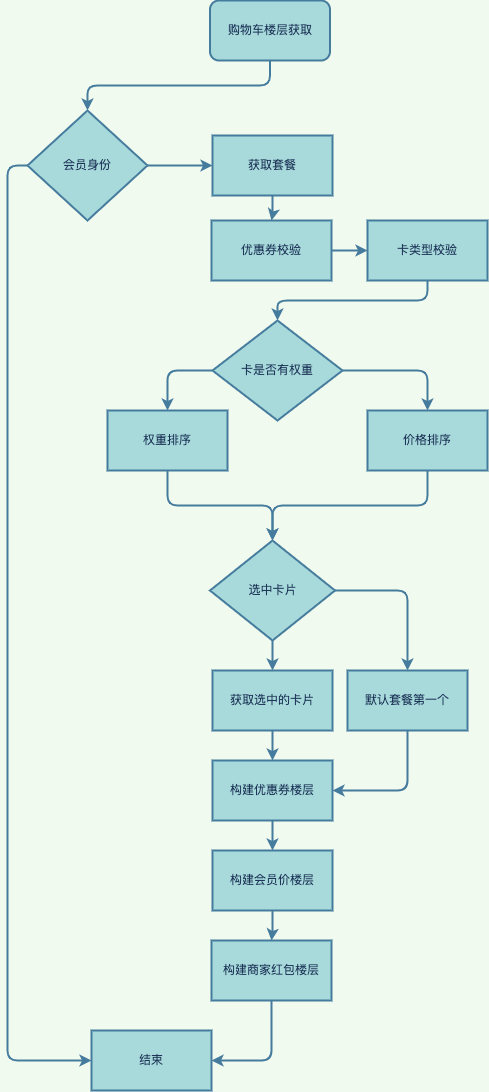
The draw.io diagram 购物车楼层接口改造.png in 845642761/diagram, before a commit. Source tidied: cells renumbered, new cells last; positions are measured from the earlier drawing's top-left corner, leaving out a move shared by most shapes.
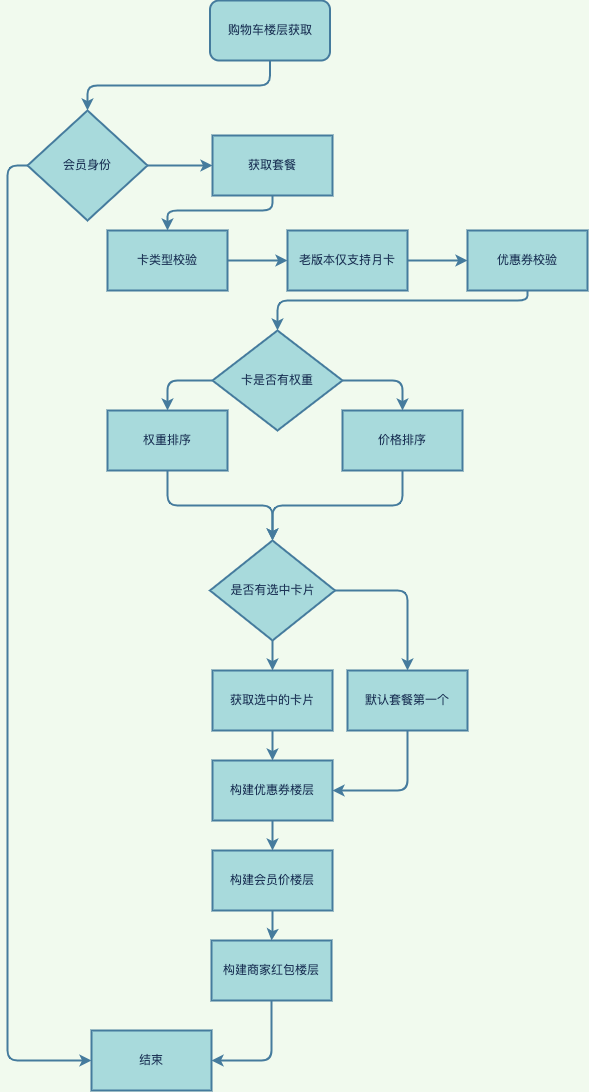
The same diagram one commit later.

Commit message:
更新购物车楼层接口改造.png

The edit, as a diff of the source:
```diff
@@ -18,35 +18,44 @@
       <mxGeometry y="110" width="120" height="110" as="geometry" />
     </mxCell>
     <mxCell id="7" style="edgeStyle=orthogonalEdgeStyle;curved=0;rounded=1;sketch=0;jettySize=auto;html=1;fontColor=#1D3557;strokeColor=#457B9D;fillColor=#A8DADC;strokeWidth=2;" parent="1" edge="1" source="8" target="11">
-      <mxGeometry relative="1" as="geometry" />
+      <mxGeometry relative="1" as="geometry">
+        <Array as="points">
+          <mxPoint x="245" y="210" />
+          <mxPoint x="140" y="210" />
+        </Array>
+      </mxGeometry>
     </mxCell>
     <mxCell id="8" value="获取套餐" style="whiteSpace=wrap;html=1;fillColor=#A8DADC;strokeColor=#457B9D;fontColor=#1D3557;rounded=0;sketch=0;strokeWidth=2;" parent="1" vertex="1">
       <mxGeometry x="185" y="135" width="120" height="60" as="geometry" />
     </mxCell>
-    <mxCell id="9" style="edgeStyle=orthogonalEdgeStyle;curved=0;rounded=1;sketch=0;jettySize=auto;html=1;fontColor=#1D3557;strokeColor=#457B9D;fillColor=#A8DADC;entryX=0.5;entryY=0;entryDx=0;entryDy=0;exitX=0.5;exitY=1;exitDx=0;exitDy=0;strokeWidth=2;" parent="1" edge="1" source="12" target="15">
-      <mxGeometry relative="1" as="geometry" />
+    <mxCell id="9" style="edgeStyle=orthogonalEdgeStyle;curved=0;rounded=1;sketch=0;jettySize=auto;html=1;fontColor=#1D3557;strokeColor=#457B9D;fillColor=#A8DADC;entryX=0.5;entryY=0;entryDx=0;entryDy=0;exitX=0.5;exitY=1;exitDx=0;exitDy=0;strokeWidth=2;" parent="1" edge="1" source="35" target="15">
+      <mxGeometry relative="1" as="geometry">
+        <Array as="points">
+          <mxPoint x="500" y="300" />
+          <mxPoint x="250" y="300" />
+        </Array>
+      </mxGeometry>
     </mxCell>
     <mxCell id="10" style="edgeStyle=orthogonalEdgeStyle;curved=0;rounded=1;sketch=0;jettySize=auto;html=1;entryX=0;entryY=0.5;entryDx=0;entryDy=0;fontColor=#1D3557;strokeColor=#457B9D;fillColor=#A8DADC;strokeWidth=2;" parent="1" edge="1" source="11" target="12">
       <mxGeometry relative="1" as="geometry" />
     </mxCell>
-    <mxCell id="11" value="优惠券校验" style="whiteSpace=wrap;html=1;fillColor=#A8DADC;strokeColor=#457B9D;fontColor=#1D3557;rounded=0;sketch=0;strokeWidth=2;" parent="1" vertex="1">
-      <mxGeometry x="184" y="220" width="120" height="60" as="geometry" />
+    <mxCell id="11" value="卡类型校验" style="whiteSpace=wrap;html=1;fillColor=#A8DADC;strokeColor=#457B9D;fontColor=#1D3557;rounded=0;sketch=0;strokeWidth=2;" parent="1" vertex="1">
+      <mxGeometry x="80" y="230" width="120" height="60" as="geometry" />
     </mxCell>
+    <mxCell id="34" style="edgeStyle=orthogonalEdgeStyle;curved=0;rounded=1;sketch=0;jettySize=auto;html=1;entryX=0;entryY=0.5;entryDx=0;entryDy=0;fontColor=#1D3557;strokeColor=#457B9D;strokeWidth=2;fillColor=#A8DADC;" parent="1" edge="1" source="12" target="35">
+      <mxGeometry relative="1" as="geometry" />
+    </mxCell>
-    <mxCell id="12" value="卡类型校验" style="whiteSpace=wrap;html=1;fillColor=#A8DADC;strokeColor=#457B9D;fontColor=#1D3557;rounded=0;sketch=0;strokeWidth=2;" parent="1" vertex="1">
-      <mxGeometry x="340" y="220" width="120" height="60" as="geometry" />
+    <mxCell id="12" value="老版本仅支持月卡" style="whiteSpace=wrap;html=1;fillColor=#A8DADC;strokeColor=#457B9D;fontColor=#1D3557;rounded=0;sketch=0;strokeWidth=2;" parent="1" vertex="1">
+      <mxGeometry x="260" y="230" width="120" height="60" as="geometry" />
     </mxCell>
     <mxCell id="13" style="edgeStyle=orthogonalEdgeStyle;curved=0;rounded=1;sketch=0;jettySize=auto;html=1;fontColor=#1D3557;strokeColor=#457B9D;fillColor=#A8DADC;exitX=0;exitY=0.5;exitDx=0;exitDy=0;strokeWidth=2;" parent="1" edge="1" source="15" target="17">
       <mxGeometry relative="1" as="geometry" />
     </mxCell>
-    <mxCell id="14" style="edgeStyle=orthogonalEdgeStyle;curved=0;rounded=1;sketch=0;jettySize=auto;html=1;fontColor=#1D3557;strokeColor=#457B9D;fillColor=#A8DADC;strokeWidth=2;" parent="1" edge="1" source="15" target="19">
-      <mxGeometry relative="1" as="geometry">
-        <Array as="points">
-          <mxPoint x="400" y="370" />
-        </Array>
-      </mxGeometry>
+    <mxCell id="14" style="edgeStyle=orthogonalEdgeStyle;curved=0;rounded=1;sketch=0;jettySize=auto;html=1;entryX=0.5;entryY=0;entryDx=0;entryDy=0;fontColor=#1D3557;strokeColor=#457B9D;strokeWidth=2;fillColor=#A8DADC;exitX=1;exitY=0.5;exitDx=0;exitDy=0;" parent="1" edge="1" source="15" target="19">
+      <mxGeometry relative="1" as="geometry" />
     </mxCell>
     <mxCell id="15" value="卡是否有权重" style="rhombus;whiteSpace=wrap;html=1;rounded=0;sketch=0;fontColor=#1D3557;strokeColor=#457B9D;fillColor=#A8DADC;strokeWidth=2;" parent="1" vertex="1">
-      <mxGeometry x="185" y="320" width="130" height="100" as="geometry" />
+      <mxGeometry x="185" y="330" width="130" height="100" as="geometry" />
     </mxCell>
     <mxCell id="16" style="edgeStyle=orthogonalEdgeStyle;curved=0;rounded=1;sketch=0;jettySize=auto;html=1;fontColor=#1D3557;strokeColor=#457B9D;fillColor=#A8DADC;strokeWidth=2;" parent="1" edge="1" source="17" target="22">
       <mxGeometry relative="1" as="geometry" />
@@ -58,7 +67,7 @@
       <mxGeometry relative="1" as="geometry" />
     </mxCell>
     <mxCell id="19" value="价格排序" style="whiteSpace=wrap;html=1;fillColor=#A8DADC;strokeColor=#457B9D;fontColor=#1D3557;rounded=0;sketch=0;strokeWidth=2;" parent="1" vertex="1">
-      <mxGeometry x="340" y="410" width="120" height="60" as="geometry" />
+      <mxGeometry x="315" y="410" width="120" height="60" as="geometry" />
     </mxCell>
     <mxCell id="20" style="edgeStyle=orthogonalEdgeStyle;curved=0;rounded=1;sketch=0;jettySize=auto;html=1;fontColor=#1D3557;strokeColor=#457B9D;fillColor=#A8DADC;strokeWidth=2;" parent="1" edge="1" source="22" target="24">
       <mxGeometry relative="1" as="geometry" />
@@ -66,7 +75,7 @@
     <mxCell id="21" style="edgeStyle=orthogonalEdgeStyle;curved=0;rounded=1;sketch=0;jettySize=auto;html=1;fontColor=#1D3557;strokeColor=#457B9D;fillColor=#A8DADC;strokeWidth=2;" parent="1" edge="1" source="22" target="26">
       <mxGeometry relative="1" as="geometry" />
     </mxCell>
-    <mxCell id="22" value="选中卡片" style="rhombus;whiteSpace=wrap;html=1;rounded=0;sketch=0;fontColor=#1D3557;strokeColor=#457B9D;fillColor=#A8DADC;strokeWidth=2;" parent="1" vertex="1">
+    <mxCell id="22" value="是否有选中卡片" style="rhombus;whiteSpace=wrap;html=1;rounded=0;sketch=0;fontColor=#1D3557;strokeColor=#457B9D;fillColor=#A8DADC;strokeWidth=2;" parent="1" vertex="1">
       <mxGeometry x="182.5" y="540" width="125" height="100" as="geometry" />
     </mxCell>
     <mxCell id="23" style="edgeStyle=orthogonalEdgeStyle;curved=0;rounded=1;sketch=0;jettySize=auto;html=1;fontColor=#1D3557;strokeColor=#457B9D;fillColor=#A8DADC;strokeWidth=2;" parent="1" edge="1" source="24" target="28">
@@ -102,5 +111,8 @@
     <mxCell id="33" value="结束" style="whiteSpace=wrap;html=1;fillColor=#A8DADC;strokeColor=#457B9D;fontColor=#1D3557;rounded=0;sketch=0;strokeWidth=2;" parent="1" vertex="1">
       <mxGeometry x="64" y="1030" width="120" height="60" as="geometry" />
     </mxCell>
+    <mxCell id="35" value="优惠券校验" style="whiteSpace=wrap;html=1;fillColor=#A8DADC;strokeColor=#457B9D;fontColor=#1D3557;rounded=0;sketch=0;strokeWidth=2;" parent="1" vertex="1">
+      <mxGeometry x="440" y="230" width="120" height="60" as="geometry" />
+    </mxCell>
   </root>
 </mxGraphModel>
```
